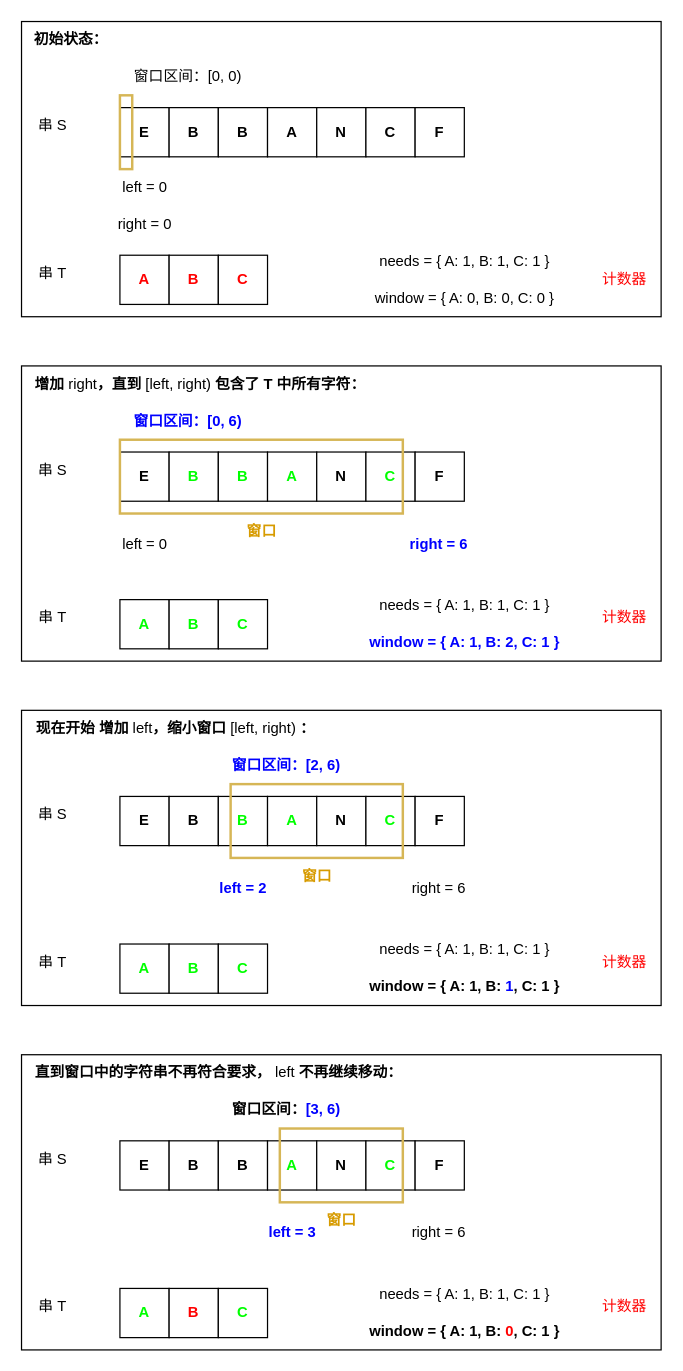
This is algorithm.drawio from djsz3y/algorithm-labuladong, a draw.io file, before an edit. Source tidied: cells renumbered, new cells numbered last; positions are measured from the earlier drawing's top-left corner, leaving out a move shared by most shapes. Both pictures are drawn from the tidied source at 123%, with x=0, y=0 at pixel (21, 21).
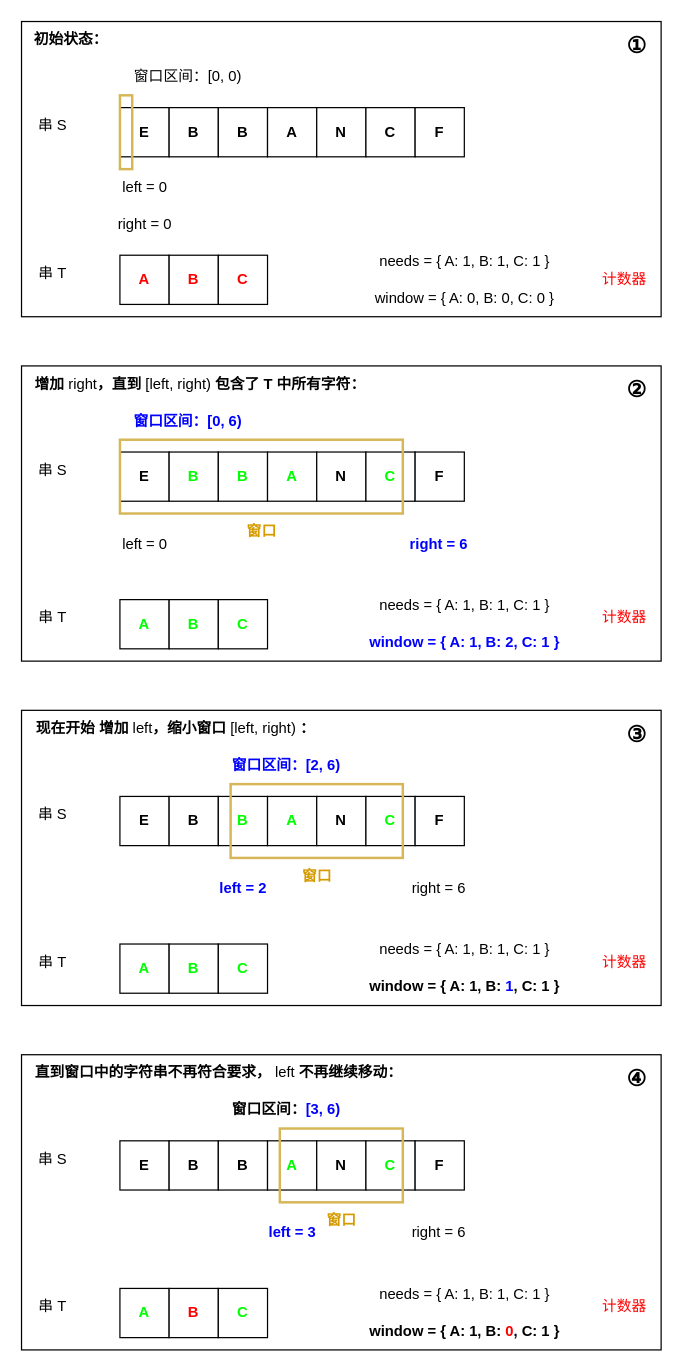
The same diagram, later.

Change to the diagram source:
```diff
@@
+    <mxCell id="89" value="&lt;font style=&quot;font-size: 18px;&quot;&gt;①&lt;/font&gt;" style="text;html=1;align=center;verticalAlign=middle;strokeColor=none;fillColor=none;fontStyle=1;" parent="1" vertex="1">
+      <mxGeometry x="480" width="40" height="40" as="geometry" />
+    </mxCell>
+    <mxCell id="90" value="&lt;font style=&quot;font-size: 18px;&quot;&gt;②&lt;/font&gt;" style="text;html=1;align=center;verticalAlign=middle;strokeColor=none;fillColor=none;fontStyle=1;" parent="1" vertex="1">
+      <mxGeometry x="480" y="280" width="40" height="40" as="geometry" />
+    </mxCell>
+    <mxCell id="91" value="&lt;font style=&quot;font-size: 18px;&quot;&gt;③&lt;/font&gt;" style="text;html=1;align=center;verticalAlign=middle;strokeColor=none;fillColor=none;fontStyle=1;" parent="1" vertex="1">
+      <mxGeometry x="480" y="560" width="40" height="40" as="geometry" />
+    </mxCell>
+    <mxCell id="92" value="&lt;font style=&quot;font-size: 18px;&quot;&gt;④&lt;/font&gt;" style="text;html=1;align=center;verticalAlign=middle;strokeColor=none;fillColor=none;fontStyle=1;" parent="1" vertex="1">
+      <mxGeometry x="480" y="840" width="40" height="40" as="geometry" />
+    </mxCell>
```
